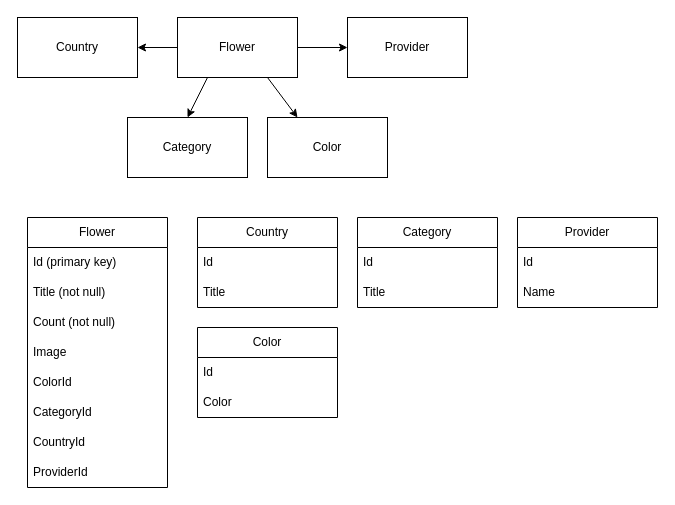
This is FlowerShopDiagram.drawio from MarinaFriday/FlowerShop, a draw.io file, before an edit. Source tidied: cells renumbered, new cells numbered last; positions are measured from the earlier drawing's top-left corner, leaving out a move shared by most shapes. Both pictures are drawn from the tidied source at 100%, with x=0, y=0 at pixel (17, 17).
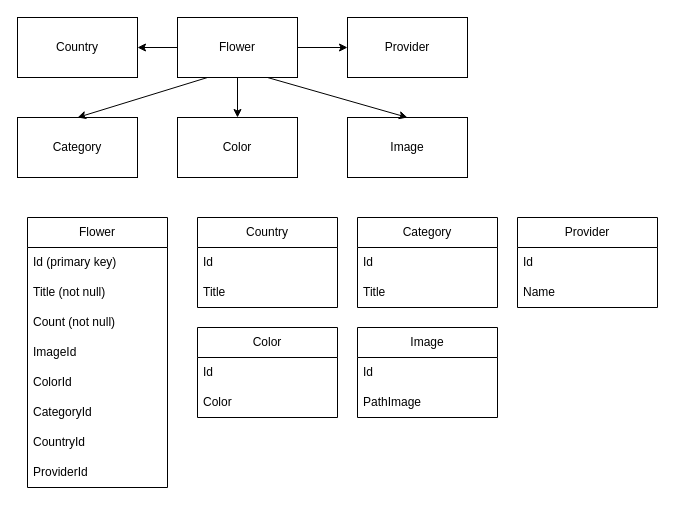
Above is the later version.

Unchanged cells that the change refers to:
```xml
<mxCell id="2" value="Flower" style="rounded=0;whiteSpace=wrap;html=1;" parent="1" vertex="1">
  <mxGeometry x="160" width="120" height="60" as="geometry" />
</mxCell>
<mxCell id="9" value="Flower" style="swimlane;fontStyle=0;horizontal=1;startSize=30;whiteSpace=wrap;html=1;" parent="1" vertex="1">
  <mxGeometry x="10" y="200" width="140" height="270" as="geometry" />
</mxCell>
```

The edit, as a diff of the source:
```diff
@@
     <mxCell id="3" value="Category" style="rounded=0;whiteSpace=wrap;html=1;" parent="1" vertex="1">
-      <mxGeometry x="110" y="100" width="120" height="60" as="geometry" />
+      <mxGeometry y="100" width="120" height="60" as="geometry" />
     </mxCell>
@@
-    <mxCell id="13" value="Image" style="text;strokeColor=none;fillColor=none;align=left;verticalAlign=middle;spacingLeft=4;spacingRight=4;overflow=hidden;whiteSpace=wrap;html=1;" parent="9" vertex="1">
+    <mxCell id="13" value="ImageId" style="text;strokeColor=none;fillColor=none;align=left;verticalAlign=middle;spacingLeft=4;spacingRight=4;overflow=hidden;whiteSpace=wrap;html=1;" parent="9" vertex="1">
       <mxGeometry y="120" width="140" height="30" as="geometry" />
     </mxCell>
@@
     <mxCell id="27" value="Color" style="rounded=0;whiteSpace=wrap;html=1;" parent="1" vertex="1">
-      <mxGeometry x="250" y="100" width="120" height="60" as="geometry" />
+      <mxGeometry x="160" y="100" width="120" height="60" as="geometry" />
     </mxCell>
-    <mxCell id="28" style="endArrow=classic;html=1;rounded=0;exitX=0.75;exitY=1;exitDx=0;exitDy=0;entryX=0.25;entryY=0;entryDx=0;entryDy=0;" parent="1" edge="1" source="2" target="27">
+    <mxCell id="28" style="endArrow=classic;html=1;rounded=0;exitX=0.5;exitY=1;exitDx=0;exitDy=0;entryX=0.5;entryY=0;entryDx=0;entryDy=0;" parent="1" edge="1" source="2" target="27">
       <mxGeometry relative="1" as="geometry" />
     </mxCell>
@@
+    <mxCell id="32" value="Image" style="swimlane;fontStyle=0;horizontal=1;startSize=30;whiteSpace=wrap;html=1;" parent="1" vertex="1">
+      <mxGeometry x="340" y="310" width="140" height="90" as="geometry" />
+    </mxCell>
+    <mxCell id="33" value="Id" style="text;strokeColor=none;fillColor=none;align=left;verticalAlign=middle;spacingLeft=4;spacingRight=4;overflow=hidden;whiteSpace=wrap;html=1;" parent="32" vertex="1">
+      <mxGeometry y="30" width="140" height="30" as="geometry" />
+    </mxCell>
+    <mxCell id="34" value="PathImage" style="text;strokeColor=none;fillColor=none;align=left;verticalAlign=middle;spacingLeft=4;spacingRight=4;overflow=hidden;whiteSpace=wrap;html=1;" parent="32" vertex="1">
+      <mxGeometry y="60" width="140" height="30" as="geometry" />
+    </mxCell>
+    <mxCell id="35" value="Image" style="rounded=0;whiteSpace=wrap;html=1;" parent="1" vertex="1">
+      <mxGeometry x="330" y="100" width="120" height="60" as="geometry" />
+    </mxCell>
+    <mxCell id="36" style="endArrow=classic;html=1;rounded=0;exitX=0.75;exitY=1;exitDx=0;exitDy=0;entryX=0.5;entryY=0;entryDx=0;entryDy=0;" parent="1" edge="1" source="2" target="35">
+      <mxGeometry relative="1" as="geometry" />
+    </mxCell>
```
